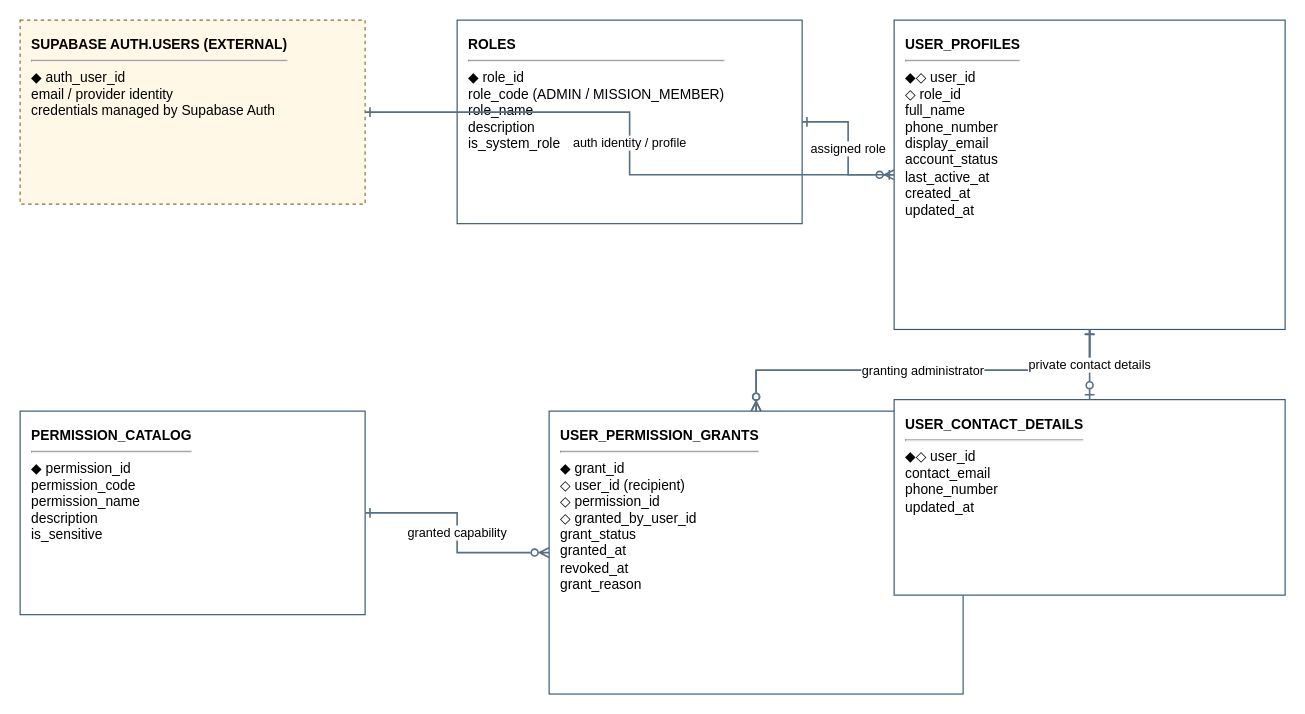
This is page "Identity & Access" (1 of 4) of docs/database/ChurchConnect_ERD_v1.1.drawio from Elgit4/PCG_Missions, a draw.io file, before an edit. Source tidied: cells renumbered, new cells numbered last; positions are measured from the earlier drawing's top-left corner, leaving out a move shared by most shapes. Both pictures are drawn from the tidied source at 115%, with x=0, y=0 at pixel (20, 20).
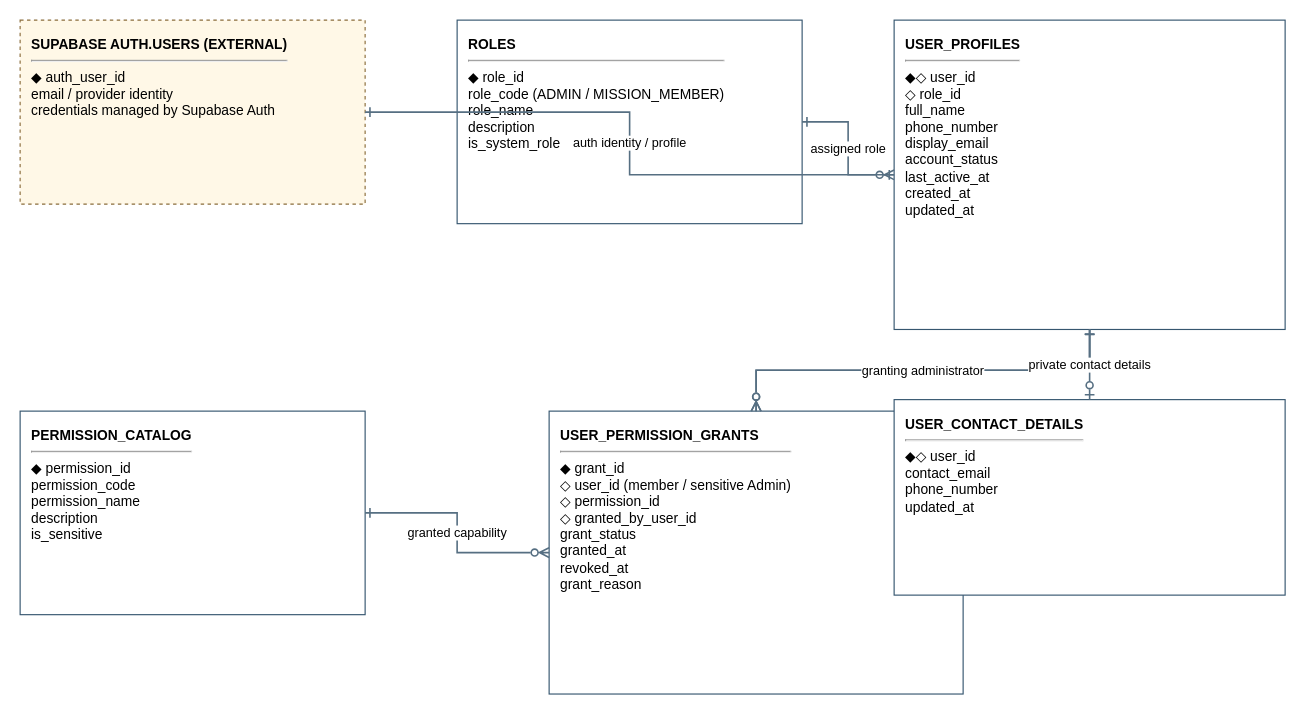
The same page after the edit.

Diff of the diagram source:
```diff
@@
 <mxGraphModel>
   <root>
     <mxCell id="0" />
     <mxCell id="1" parent="0" />
     <mxCell id="2" value="&lt;b&gt;SUPABASE AUTH.USERS (EXTERNAL)&lt;/b&gt;&lt;hr&gt;◆ auth_user_id&lt;br&gt;email / provider identity&lt;br&gt;credentials managed by Supabase Auth" style="rounded=0;whiteSpace=wrap;html=1;align=left;verticalAlign=top;spacing=10;fontSize=12;fontFamily=Arial;strokeColor=#8A6D3B;fillColor=#FFF8E7;dashed=1;" parent="1" vertex="1">
       <mxGeometry width="300" height="160" as="geometry" />
     </mxCell>
     <mxCell id="3" value="&lt;b&gt;ROLES&lt;/b&gt;&lt;hr&gt;◆ role_id&lt;br&gt;role_code (ADMIN / MISSION_MEMBER)&lt;br&gt;role_name&lt;br&gt;description&lt;br&gt;is_system_role" style="rounded=0;whiteSpace=wrap;html=1;align=left;verticalAlign=top;spacing=10;fontSize=12;fontFamily=Arial;strokeColor=#36566F;fillColor=#FFFFFF;" parent="1" vertex="1">
       <mxGeometry x="380" width="300" height="177" as="geometry" />
     </mxCell>
     <mxCell id="4" value="&lt;b&gt;USER_PROFILES&lt;/b&gt;&lt;hr&gt;◆◇ user_id&lt;br&gt;◇ role_id&lt;br&gt;full_name&lt;br&gt;phone_number&lt;br&gt;display_email&lt;br&gt;account_status&lt;br&gt;last_active_at&lt;br&gt;created_at&lt;br&gt;updated_at" style="rounded=0;whiteSpace=wrap;html=1;align=left;verticalAlign=top;spacing=10;fontSize=12;fontFamily=Arial;strokeColor=#36566F;fillColor=#FFFFFF;" parent="1" vertex="1">
       <mxGeometry x="760" width="340" height="269" as="geometry" />
     </mxCell>
     <mxCell id="5" value="&lt;b&gt;PERMISSION_CATALOG&lt;/b&gt;&lt;hr&gt;◆ permission_id&lt;br&gt;permission_code&lt;br&gt;permission_name&lt;br&gt;description&lt;br&gt;is_sensitive" style="rounded=0;whiteSpace=wrap;html=1;align=left;verticalAlign=top;spacing=10;fontSize=12;fontFamily=Arial;strokeColor=#36566F;fillColor=#FFFFFF;" parent="1" vertex="1">
       <mxGeometry y="340" width="300" height="177" as="geometry" />
     </mxCell>
-    <mxCell id="6" value="&lt;b&gt;USER_PERMISSION_GRANTS&lt;/b&gt;&lt;hr&gt;◆ grant_id&lt;br&gt;◇ user_id (recipient)&lt;br&gt;◇ permission_id&lt;br&gt;◇ granted_by_user_id&lt;br&gt;grant_status&lt;br&gt;granted_at&lt;br&gt;revoked_at&lt;br&gt;grant_reason" style="rounded=0;whiteSpace=wrap;html=1;align=left;verticalAlign=top;spacing=10;fontSize=12;fontFamily=Arial;strokeColor=#36566F;fillColor=#FFFFFF;" parent="1" vertex="1">
+    <mxCell id="6" value="&lt;b&gt;USER_PERMISSION_GRANTS&lt;/b&gt;&lt;hr&gt;◆ grant_id&lt;br&gt;◇ user_id (member / sensitive Admin)&lt;br&gt;◇ permission_id&lt;br&gt;◇ granted_by_user_id&lt;br&gt;grant_status&lt;br&gt;granted_at&lt;br&gt;revoked_at&lt;br&gt;grant_reason" style="rounded=0;whiteSpace=wrap;html=1;align=left;verticalAlign=top;spacing=10;fontSize=12;fontFamily=Arial;strokeColor=#36566F;fillColor=#FFFFFF;" parent="1" vertex="1">
       <mxGeometry x="460" y="340" width="360" height="246" as="geometry" />
     </mxCell>
     <mxCell id="7" value="auth identity / profile" style="edgeStyle=orthogonalEdgeStyle;rounded=0;jettySize=auto;html=1;strokeColor=#566F82;strokeWidth=1.4;startArrow=ERone;startFill=0;endArrow=ERzeroToOne;endFill=0;" parent="1" edge="1" source="2" target="4">
       <mxGeometry relative="1" as="geometry" />
     </mxCell>
     <mxCell id="8" value="assigned role" style="edgeStyle=orthogonalEdgeStyle;rounded=0;jettySize=auto;html=1;strokeColor=#566F82;strokeWidth=1.4;startArrow=ERone;startFill=0;endArrow=ERmany;endFill=0;" parent="1" edge="1" source="3" target="4">
       <mxGeometry relative="1" as="geometry" />
     </mxCell>
     <mxCell id="9" value="recipient" style="edgeStyle=orthogonalEdgeStyle;rounded=0;jettySize=auto;html=1;strokeColor=#566F82;strokeWidth=1.4;startArrow=ERone;startFill=0;endArrow=ERzeroToMany;endFill=0;" parent="1" edge="1" source="4" target="6">
       <mxGeometry relative="1" as="geometry" />
     </mxCell>
     <mxCell id="10" value="granted capability" style="edgeStyle=orthogonalEdgeStyle;rounded=0;jettySize=auto;html=1;strokeColor=#566F82;strokeWidth=1.4;startArrow=ERone;startFill=0;endArrow=ERzeroToMany;endFill=0;" parent="1" edge="1" source="5" target="6">
       <mxGeometry relative="1" as="geometry" />
     </mxCell>
     <mxCell id="11" value="granting administrator" style="edgeStyle=orthogonalEdgeStyle;rounded=0;jettySize=auto;html=1;strokeColor=#566F82;strokeWidth=1.4;startArrow=ERone;startFill=0;endArrow=ERzeroToMany;endFill=0;" parent="1" edge="1" source="4" target="6">
       <mxGeometry relative="1" as="geometry" />
     </mxCell>
     <mxCell id="12" value="&lt;b&gt;USER_CONTACT_DETAILS&lt;/b&gt;&lt;hr&gt;◆◇ user_id&lt;br&gt;contact_email&lt;br&gt;phone_number&lt;br&gt;updated_at" style="rounded=0;whiteSpace=wrap;html=1;align=left;verticalAlign=top;spacing=10;fontSize=12;fontFamily=Arial;strokeColor=#36566F;fillColor=#FFFFFF;" parent="1" vertex="1">
       <mxGeometry x="760" y="330" width="340" height="170" as="geometry" />
     </mxCell>
     <mxCell id="13" value="private contact details" style="edgeStyle=orthogonalEdgeStyle;rounded=0;jettySize=auto;html=1;strokeColor=#566F82;strokeWidth=1.4;startArrow=ERone;startFill=0;endArrow=ERzeroToOne;endFill=0;" parent="1" edge="1" source="4" target="12">
       <mxGeometry relative="1" as="geometry" />
     </mxCell>
   </root>
 </mxGraphModel>
```
